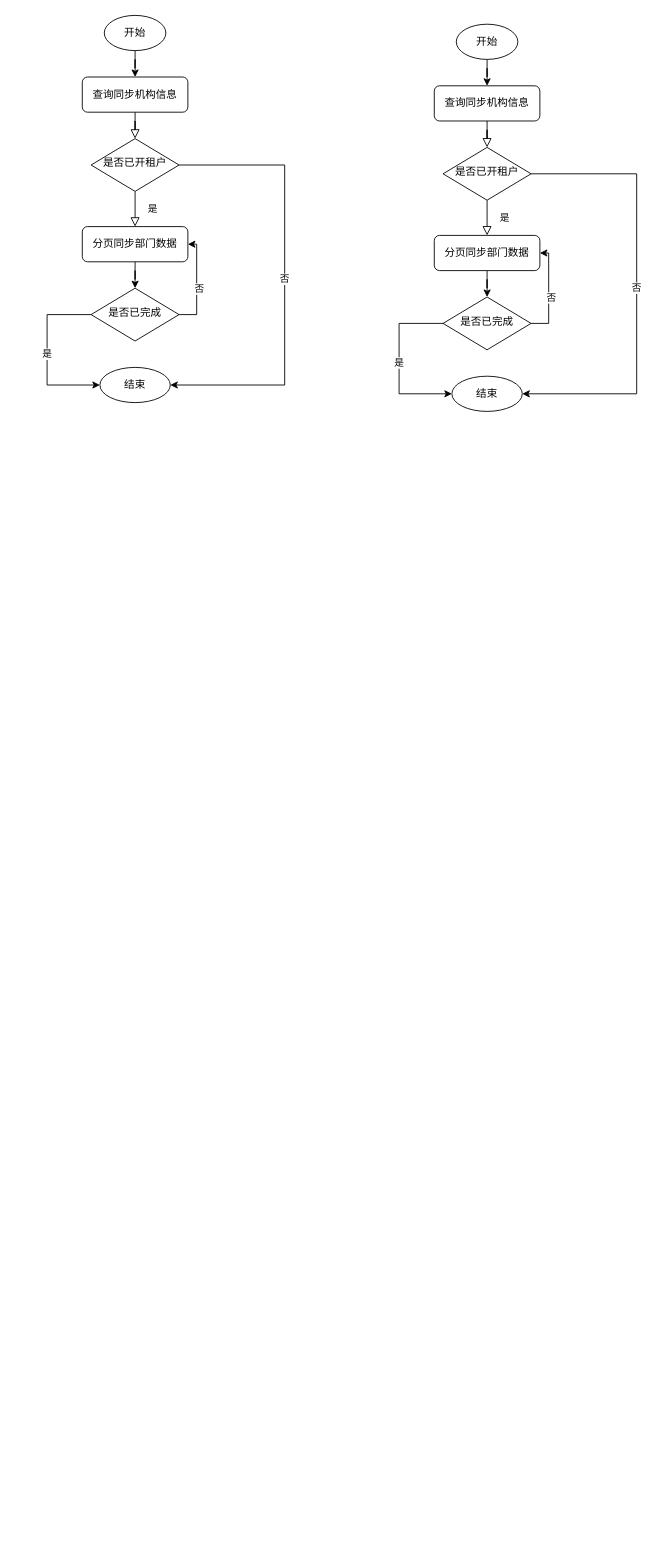
The draw.io diagram 云羲搭组织用户同步.drawio in liangdengming/diagrams, before the edit. Source tidied: cells renumbered, new cells numbered last; positions are measured from the earlier drawing's top-left corner, leaving out a move shared by most shapes. Both pictures are drawn from the tidied source at 88%, with x=0, y=0 at pixel (47, 15).
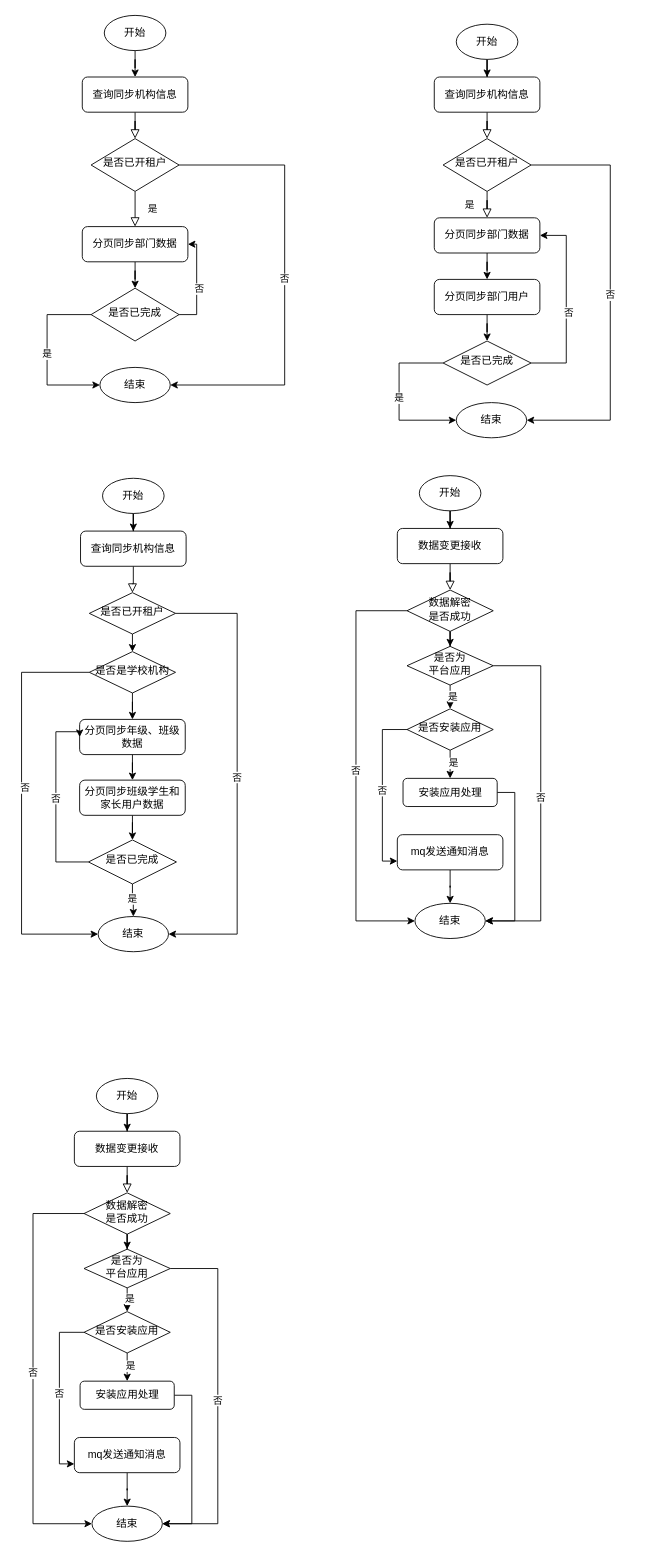
The same diagram, later.

Commit message (it also covers changes not shown here):
更新云羲搭组织用户同步.drawio

What changed in the source:
```diff
@@
     <mxCell id="17" value="查询同步机构信息" style="rounded=1;whiteSpace=wrap;html=1;fontSize=12;glass=0;strokeWidth=1;shadow=0;" parent="1" vertex="1">
-      <mxGeometry x="440" y="80" width="120" height="40" as="geometry" />
+      <mxGeometry x="440" y="70" width="120" height="40" as="geometry" />
     </mxCell>
@@
     <mxCell id="19" value="否" style="edgeStyle=orthogonalEdgeStyle;rounded=0;jettySize=auto;html=1;entryX=1;entryY=0.5;entryDx=0;entryDy=0;entryPerimeter=0;exitX=1;exitY=0.5;exitDx=0;exitDy=0;" parent="1" edge="1" source="20" target="23">
       <mxGeometry relative="1" as="geometry">
         <Array as="points">
-          <mxPoint x="670" y="180" />
-          <mxPoint x="670" y="430" />
+          <mxPoint x="640" y="170" />
+          <mxPoint x="640" y="460" />
         </Array>
       </mxGeometry>
     </mxCell>
     <mxCell id="20" value="是否已开租户" style="rhombus;whiteSpace=wrap;html=1;shadow=0;fontFamily=Helvetica;fontSize=12;align=center;strokeWidth=1;spacing=6;spacingTop=-4;" parent="1" vertex="1">
-      <mxGeometry x="450" y="150" width="100" height="60" as="geometry" />
+      <mxGeometry x="450" y="140" width="100" height="60" as="geometry" />
     </mxCell>
@@
     <mxCell id="23" value="结束" style="strokeWidth=1;html=1;shape=mxgraph.flowchart.start_1;whiteSpace=wrap;" parent="1" vertex="1">
-      <mxGeometry x="460" y="410" width="80" height="40" as="geometry" />
+      <mxGeometry x="465" y="440" width="80" height="40" as="geometry" />
     </mxCell>
-    <mxCell id="24" style="edgeStyle=orthogonalEdgeStyle;rounded=0;jettySize=auto;html=1;" parent="1" edge="1" source="25" target="29">
-      <mxGeometry relative="1" as="geometry" />
-    </mxCell>
+    <mxCell id="30" style="edgeStyle=orthogonalEdgeStyle;rounded=0;jettySize=auto;html=1;entryX=0.5;entryY=0;entryDx=0;entryDy=0;" parent="1" edge="1" source="25" target="32">
+      <mxGeometry relative="1" as="geometry" />
+    </mxCell>
     <mxCell id="25" value="分页同步部门数据" style="rounded=1;whiteSpace=wrap;html=1;fontSize=12;glass=0;strokeWidth=1;shadow=0;" parent="1" vertex="1">
-      <mxGeometry x="440" y="250" width="120" height="40" as="geometry" />
+      <mxGeometry x="440" y="230" width="120" height="40" as="geometry" />
     </mxCell>
     <mxCell id="26" value="是" style="edgeStyle=orthogonalEdgeStyle;rounded=0;jettySize=auto;html=1;entryX=0;entryY=0.5;entryDx=0;entryDy=0;entryPerimeter=0;exitX=0;exitY=0.5;exitDx=0;exitDy=0;" parent="1" edge="1" source="29" target="23">
       <mxGeometry relative="1" as="geometry">
         <Array as="points">
-          <mxPoint x="400" y="350" />
-          <mxPoint x="400" y="430" />
+          <mxPoint x="400" y="395" />
+          <mxPoint x="400" y="460" />
         </Array>
       </mxGeometry>
     </mxCell>
     <mxCell id="27" style="edgeStyle=orthogonalEdgeStyle;rounded=0;jettySize=auto;html=1;entryX=1;entryY=0.5;entryDx=0;entryDy=0;exitX=1;exitY=0.5;exitDx=0;exitDy=0;" parent="1" edge="1" source="29" target="25">
-      <mxGeometry relative="1" as="geometry" />
+      <mxGeometry relative="1" as="geometry">
+        <Array as="points">
+          <mxPoint x="590" y="395" />
+          <mxPoint x="590" y="250" />
+        </Array>
+      </mxGeometry>
     </mxCell>
@@
     <mxCell id="29" value="是否已完成" style="rhombus;whiteSpace=wrap;html=1;shadow=0;fontFamily=Helvetica;fontSize=12;align=center;strokeWidth=1;spacing=6;spacingTop=-4;" parent="1" vertex="1">
-      <mxGeometry x="450" y="320" width="100" height="60" as="geometry" />
+      <mxGeometry x="450" y="370" width="100" height="50" as="geometry" />
     </mxCell>
+    <mxCell id="31" style="edgeStyle=orthogonalEdgeStyle;rounded=0;jettySize=auto;html=1;entryX=0.5;entryY=0;entryDx=0;entryDy=0;" parent="1" edge="1" source="32" target="29">
+      <mxGeometry relative="1" as="geometry" />
+    </mxCell>
+    <mxCell id="32" value="分页同步部门用户" style="rounded=1;whiteSpace=wrap;html=1;fontSize=12;glass=0;strokeWidth=1;shadow=0;" parent="1" vertex="1">
+      <mxGeometry x="440" y="300" width="120" height="40" as="geometry" />
+    </mxCell>
+    <mxCell id="33" style="rounded=0;html=1;jettySize=auto;fontSize=11;endArrow=block;endFill=0;endSize=8;strokeWidth=1;shadow=0;labelBackgroundColor=none;edgeStyle=orthogonalEdgeStyle;" parent="1" edge="1" source="34" target="37">
+      <mxGeometry relative="1" as="geometry" />
+    </mxCell>
+    <mxCell id="34" value="查询同步机构信息" style="rounded=1;whiteSpace=wrap;html=1;fontSize=12;glass=0;strokeWidth=1;shadow=0;" parent="1" vertex="1">
+      <mxGeometry x="38" y="586" width="120" height="40" as="geometry" />
+    </mxCell>
+    <mxCell id="35" value="否" style="edgeStyle=orthogonalEdgeStyle;rounded=0;jettySize=auto;html=1;entryX=1;entryY=0.5;entryDx=0;entryDy=0;entryPerimeter=0;exitX=1;exitY=0.5;exitDx=0;exitDy=0;" parent="1" edge="1" source="37" target="40">
+      <mxGeometry relative="1" as="geometry">
+        <Array as="points">
+          <mxPoint x="216" y="680" />
+          <mxPoint x="216" y="1044" />
+        </Array>
+      </mxGeometry>
+    </mxCell>
+    <mxCell id="36" style="edgeStyle=orthogonalEdgeStyle;rounded=0;jettySize=auto;html=1;exitX=0.5;exitY=1;exitDx=0;exitDy=0;entryX=0.5;entryY=0;entryDx=0;entryDy=0;" parent="1" edge="1" source="37" target="52">
+      <mxGeometry relative="1" as="geometry" />
+    </mxCell>
+    <mxCell id="37" value="是否已开租户" style="rhombus;whiteSpace=wrap;html=1;shadow=0;fontFamily=Helvetica;fontSize=12;align=center;strokeWidth=1;spacing=6;spacingTop=-4;" parent="1" vertex="1">
+      <mxGeometry x="48" y="656" width="98" height="47" as="geometry" />
+    </mxCell>
+    <mxCell id="38" style="edgeStyle=orthogonalEdgeStyle;rounded=0;jettySize=auto;html=1;entryX=0.5;entryY=0;entryDx=0;entryDy=0;" parent="1" edge="1" source="39" target="34">
+      <mxGeometry relative="1" as="geometry" />
+    </mxCell>
+    <mxCell id="39" value="开始" style="strokeWidth=1;html=1;shape=mxgraph.flowchart.start_1;whiteSpace=wrap;" parent="1" vertex="1">
+      <mxGeometry x="63" y="526" width="70" height="40" as="geometry" />
+    </mxCell>
+    <mxCell id="40" value="结束" style="strokeWidth=1;html=1;shape=mxgraph.flowchart.start_1;whiteSpace=wrap;" parent="1" vertex="1">
+      <mxGeometry x="58" y="1024" width="80" height="40" as="geometry" />
+    </mxCell>
+    <mxCell id="41" style="edgeStyle=orthogonalEdgeStyle;rounded=0;jettySize=auto;html=1;entryX=0.5;entryY=0;entryDx=0;entryDy=0;" parent="1" edge="1" source="42" target="48">
+      <mxGeometry relative="1" as="geometry" />
+    </mxCell>
+    <mxCell id="42" value="分页同步年级、班级数据" style="rounded=1;whiteSpace=wrap;html=1;fontSize=12;glass=0;strokeWidth=1;shadow=0;" parent="1" vertex="1">
+      <mxGeometry x="37" y="800" width="120" height="40" as="geometry" />
+    </mxCell>
+    <mxCell id="43" style="edgeStyle=orthogonalEdgeStyle;rounded=0;jettySize=auto;html=1;" parent="1" edge="1" source="46" target="40">
+      <mxGeometry relative="1" as="geometry" />
+    </mxCell>
+    <mxCell id="44" value="是" style="edgeLabel;html=1;align=center;verticalAlign=middle;" parent="43" vertex="1">
+      <mxGeometry x="-0.2" y="-1" relative="1" as="geometry">
+        <mxPoint y="1" as="offset" />
+      </mxGeometry>
+    </mxCell>
+    <mxCell id="45" value="否" style="edgeStyle=orthogonalEdgeStyle;rounded=0;jettySize=auto;html=1;entryX=0;entryY=0.5;entryDx=0;entryDy=0;exitX=0;exitY=0.5;exitDx=0;exitDy=0;" parent="1" edge="1" source="46" target="42">
+      <mxGeometry relative="1" as="geometry">
+        <Array as="points">
+          <mxPoint x="10" y="962" />
+          <mxPoint x="10" y="814" />
+          <mxPoint x="37" y="814" />
+        </Array>
+      </mxGeometry>
+    </mxCell>
+    <mxCell id="46" value="是否已完成" style="rhombus;whiteSpace=wrap;html=1;shadow=0;fontFamily=Helvetica;fontSize=12;align=center;strokeWidth=1;spacing=6;spacingTop=-4;" parent="1" vertex="1">
+      <mxGeometry x="47" y="937" width="100" height="50" as="geometry" />
+    </mxCell>
+    <mxCell id="47" style="edgeStyle=orthogonalEdgeStyle;rounded=0;jettySize=auto;html=1;entryX=0.5;entryY=0;entryDx=0;entryDy=0;" parent="1" edge="1" source="48" target="46">
+      <mxGeometry relative="1" as="geometry" />
+    </mxCell>
+    <mxCell id="48" value="分页同步班级学生和家长用户数据" style="rounded=1;whiteSpace=wrap;html=1;fontSize=12;glass=0;strokeWidth=1;shadow=0;" parent="1" vertex="1">
+      <mxGeometry x="37" y="869" width="120" height="40" as="geometry" />
+    </mxCell>
+    <mxCell id="49" style="edgeStyle=orthogonalEdgeStyle;rounded=0;jettySize=auto;html=1;entryX=0;entryY=0.5;entryDx=0;entryDy=0;entryPerimeter=0;exitX=0;exitY=0.5;exitDx=0;exitDy=0;" parent="1" edge="1" source="52" target="40">
+      <mxGeometry relative="1" as="geometry">
+        <Array as="points">
+          <mxPoint x="-29" y="747" />
+          <mxPoint x="-29" y="1044" />
+        </Array>
+      </mxGeometry>
+    </mxCell>
+    <mxCell id="50" value="否" style="edgeLabel;html=1;align=center;verticalAlign=middle;" parent="49" vertex="1">
+      <mxGeometry x="-0.1" y="3" relative="1" as="geometry" />
+    </mxCell>
+    <mxCell id="51" style="edgeStyle=orthogonalEdgeStyle;rounded=0;jettySize=auto;html=1;entryX=0.5;entryY=0;entryDx=0;entryDy=0;" parent="1" edge="1" source="52" target="42">
+      <mxGeometry relative="1" as="geometry" />
+    </mxCell>
+    <mxCell id="52" value="是否是学校机构" style="rhombus;whiteSpace=wrap;html=1;shadow=0;fontFamily=Helvetica;fontSize=12;align=center;strokeWidth=1;spacing=6;spacingTop=-4;" parent="1" vertex="1">
+      <mxGeometry x="48" y="723" width="98" height="47" as="geometry" />
+    </mxCell>
+    <mxCell id="53" style="rounded=0;html=1;jettySize=auto;fontSize=11;endArrow=block;endFill=0;endSize=8;strokeWidth=1;shadow=0;labelBackgroundColor=none;edgeStyle=orthogonalEdgeStyle;" parent="1" edge="1" source="54" target="57">
+      <mxGeometry relative="1" as="geometry" />
+    </mxCell>
+    <mxCell id="54" value="数据变更接收" style="rounded=1;whiteSpace=wrap;html=1;fontSize=12;glass=0;strokeWidth=1;shadow=0;" parent="1" vertex="1">
+      <mxGeometry x="398" y="583" width="120" height="40" as="geometry" />
+    </mxCell>
+    <mxCell id="55" value="否" style="edgeStyle=orthogonalEdgeStyle;rounded=0;jettySize=auto;html=1;entryX=0;entryY=0.5;entryDx=0;entryDy=0;entryPerimeter=0;exitX=0;exitY=0.5;exitDx=0;exitDy=0;" parent="1" edge="1" source="57" target="60">
+      <mxGeometry relative="1" as="geometry">
+        <Array as="points">
+          <mxPoint x="351" y="677" />
+          <mxPoint x="351" y="1029" />
+        </Array>
+      </mxGeometry>
+    </mxCell>
+    <mxCell id="56" style="edgeStyle=orthogonalEdgeStyle;rounded=0;jettySize=auto;html=1;" parent="1" edge="1" source="57" target="66">
+      <mxGeometry relative="1" as="geometry" />
+    </mxCell>
+    <mxCell id="57" value="数据解密&lt;br&gt;是否成功" style="rhombus;whiteSpace=wrap;html=1;shadow=0;fontFamily=Helvetica;fontSize=12;align=center;strokeWidth=1;spacing=6;spacingTop=-4;" parent="1" vertex="1">
+      <mxGeometry x="409" y="653" width="98" height="47" as="geometry" />
+    </mxCell>
+    <mxCell id="58" style="edgeStyle=orthogonalEdgeStyle;rounded=0;jettySize=auto;html=1;entryX=0.5;entryY=0;entryDx=0;entryDy=0;" parent="1" edge="1" source="59" target="54">
+      <mxGeometry relative="1" as="geometry" />
+    </mxCell>
+    <mxCell id="59" value="开始" style="strokeWidth=1;html=1;shape=mxgraph.flowchart.start_1;whiteSpace=wrap;" parent="1" vertex="1">
+      <mxGeometry x="423" y="523" width="70" height="40" as="geometry" />
+    </mxCell>
+    <mxCell id="60" value="结束" style="strokeWidth=1;html=1;shape=mxgraph.flowchart.start_1;whiteSpace=wrap;" parent="1" vertex="1">
+      <mxGeometry x="418" y="1009" width="80" height="40" as="geometry" />
+    </mxCell>
+    <mxCell id="61" style="edgeStyle=orthogonalEdgeStyle;rounded=0;jettySize=auto;html=1;" parent="1" edge="1" source="62" target="60">
+      <mxGeometry relative="1" as="geometry" />
+    </mxCell>
+    <mxCell id="62" value="mq发送通知消息" style="rounded=1;whiteSpace=wrap;html=1;fontSize=12;glass=0;strokeWidth=1;shadow=0;" parent="1" vertex="1">
+      <mxGeometry x="398" y="931" width="120" height="40" as="geometry" />
+    </mxCell>
+    <mxCell id="63" style="edgeStyle=orthogonalEdgeStyle;rounded=0;jettySize=auto;html=1;entryX=0.5;entryY=0;entryDx=0;entryDy=0;" parent="1" edge="1" source="66" target="70">
+      <mxGeometry relative="1" as="geometry" />
+    </mxCell>
+    <mxCell id="64" value="是" style="edgeLabel;html=1;align=center;verticalAlign=middle;" parent="63" vertex="1">
+      <mxGeometry x="0.43" y="2" relative="1" as="geometry" />
+    </mxCell>
+    <mxCell id="65" value="否" style="edgeStyle=orthogonalEdgeStyle;rounded=0;jettySize=auto;html=1;entryX=1;entryY=0.5;entryDx=0;entryDy=0;entryPerimeter=0;exitX=1;exitY=0.5;exitDx=0;exitDy=0;" parent="1" edge="1" source="66" target="60">
+      <mxGeometry relative="1" as="geometry">
+        <Array as="points">
+          <mxPoint x="561" y="739" />
+          <mxPoint x="561" y="1029" />
+        </Array>
+      </mxGeometry>
+    </mxCell>
+    <mxCell id="66" value="是否为&lt;br&gt;平台应用" style="rhombus;whiteSpace=wrap;html=1;shadow=0;fontFamily=Helvetica;fontSize=12;align=center;strokeWidth=1;spacing=6;spacingTop=-4;" parent="1" vertex="1">
+      <mxGeometry x="409" y="717" width="98" height="44" as="geometry" />
+    </mxCell>
+    <mxCell id="67" style="edgeStyle=orthogonalEdgeStyle;rounded=0;jettySize=auto;html=1;" parent="1" edge="1" source="70" target="72">
+      <mxGeometry relative="1" as="geometry" />
+    </mxCell>
+    <mxCell id="68" value="是" style="edgeLabel;html=1;align=center;verticalAlign=middle;" parent="67" vertex="1">
+      <mxGeometry x="0.23" y="3" relative="1" as="geometry" />
+    </mxCell>
+    <mxCell id="69" value="否" style="edgeStyle=orthogonalEdgeStyle;rounded=0;jettySize=auto;html=1;entryX=0;entryY=0.75;entryDx=0;entryDy=0;exitX=0;exitY=0.5;exitDx=0;exitDy=0;" parent="1" edge="1" source="70" target="62">
+      <mxGeometry relative="1" as="geometry">
+        <Array as="points">
+          <mxPoint x="381" y="812" />
+          <mxPoint x="381" y="961" />
+        </Array>
+      </mxGeometry>
+    </mxCell>
+    <mxCell id="70" value="是否安装应用" style="rhombus;whiteSpace=wrap;html=1;shadow=0;fontFamily=Helvetica;fontSize=12;align=center;strokeWidth=1;spacing=6;spacingTop=-4;" parent="1" vertex="1">
+      <mxGeometry x="409" y="788" width="98" height="47" as="geometry" />
+    </mxCell>
+    <mxCell id="71" style="edgeStyle=orthogonalEdgeStyle;rounded=0;jettySize=auto;html=1;entryX=1;entryY=0.5;entryDx=0;entryDy=0;entryPerimeter=0;exitX=1;exitY=0.5;exitDx=0;exitDy=0;" parent="1" edge="1" source="72" target="60">
+      <mxGeometry relative="1" as="geometry" />
+    </mxCell>
+    <mxCell id="72" value="安装应用处理" style="rounded=1;whiteSpace=wrap;html=1;fontSize=12;glass=0;strokeWidth=1;shadow=0;" parent="1" vertex="1">
+      <mxGeometry x="404.5" y="867" width="107" height="32" as="geometry" />
+    </mxCell>
+    <mxCell id="73" style="rounded=0;html=1;jettySize=auto;fontSize=11;endArrow=block;endFill=0;endSize=8;strokeWidth=1;shadow=0;labelBackgroundColor=none;edgeStyle=orthogonalEdgeStyle;" parent="1" edge="1" source="74" target="77">
+      <mxGeometry relative="1" as="geometry" />
+    </mxCell>
+    <mxCell id="74" value="数据变更接收" style="rounded=1;whiteSpace=wrap;html=1;fontSize=12;glass=0;strokeWidth=1;shadow=0;" parent="1" vertex="1">
+      <mxGeometry x="31" y="1268" width="120" height="40" as="geometry" />
+    </mxCell>
+    <mxCell id="75" value="否" style="edgeStyle=orthogonalEdgeStyle;rounded=0;jettySize=auto;html=1;entryX=0;entryY=0.5;entryDx=0;entryDy=0;entryPerimeter=0;exitX=0;exitY=0.5;exitDx=0;exitDy=0;" parent="1" edge="1" source="77" target="80">
+      <mxGeometry relative="1" as="geometry">
+        <Array as="points">
+          <mxPoint x="-16" y="1362" />
+          <mxPoint x="-16" y="1714" />
+        </Array>
+      </mxGeometry>
+    </mxCell>
+    <mxCell id="76" style="edgeStyle=orthogonalEdgeStyle;rounded=0;jettySize=auto;html=1;" parent="1" edge="1" source="77" target="86">
+      <mxGeometry relative="1" as="geometry" />
+    </mxCell>
+    <mxCell id="77" value="数据解密&lt;br&gt;是否成功" style="rhombus;whiteSpace=wrap;html=1;shadow=0;fontFamily=Helvetica;fontSize=12;align=center;strokeWidth=1;spacing=6;spacingTop=-4;" parent="1" vertex="1">
+      <mxGeometry x="42" y="1338" width="98" height="47" as="geometry" />
+    </mxCell>
+    <mxCell id="78" style="edgeStyle=orthogonalEdgeStyle;rounded=0;jettySize=auto;html=1;entryX=0.5;entryY=0;entryDx=0;entryDy=0;" parent="1" edge="1" source="79" target="74">
+      <mxGeometry relative="1" as="geometry" />
+    </mxCell>
+    <mxCell id="79" value="开始" style="strokeWidth=1;html=1;shape=mxgraph.flowchart.start_1;whiteSpace=wrap;" parent="1" vertex="1">
+      <mxGeometry x="56" y="1208" width="70" height="40" as="geometry" />
+    </mxCell>
+    <mxCell id="80" value="结束" style="strokeWidth=1;html=1;shape=mxgraph.flowchart.start_1;whiteSpace=wrap;" parent="1" vertex="1">
+      <mxGeometry x="51" y="1694" width="80" height="40" as="geometry" />
+    </mxCell>
+    <mxCell id="81" style="edgeStyle=orthogonalEdgeStyle;rounded=0;jettySize=auto;html=1;" parent="1" edge="1" source="82" target="80">
+      <mxGeometry relative="1" as="geometry" />
+    </mxCell>
+    <mxCell id="82" value="mq发送通知消息" style="rounded=1;whiteSpace=wrap;html=1;fontSize=12;glass=0;strokeWidth=1;shadow=0;" parent="1" vertex="1">
+      <mxGeometry x="31" y="1616" width="120" height="40" as="geometry" />
+    </mxCell>
+    <mxCell id="83" style="edgeStyle=orthogonalEdgeStyle;rounded=0;jettySize=auto;html=1;entryX=0.5;entryY=0;entryDx=0;entryDy=0;" parent="1" edge="1" source="86" target="90">
+      <mxGeometry relative="1" as="geometry" />
+    </mxCell>
+    <mxCell id="84" value="是" style="edgeLabel;html=1;align=center;verticalAlign=middle;" parent="83" vertex="1">
+      <mxGeometry x="0.43" y="2" relative="1" as="geometry" />
+    </mxCell>
+    <mxCell id="85" value="否" style="edgeStyle=orthogonalEdgeStyle;rounded=0;jettySize=auto;html=1;entryX=1;entryY=0.5;entryDx=0;entryDy=0;entryPerimeter=0;exitX=1;exitY=0.5;exitDx=0;exitDy=0;" parent="1" edge="1" source="86" target="80">
+      <mxGeometry relative="1" as="geometry">
+        <Array as="points">
+          <mxPoint x="194" y="1424" />
+          <mxPoint x="194" y="1714" />
+        </Array>
+      </mxGeometry>
+    </mxCell>
+    <mxCell id="86" value="是否为&lt;br&gt;平台应用" style="rhombus;whiteSpace=wrap;html=1;shadow=0;fontFamily=Helvetica;fontSize=12;align=center;strokeWidth=1;spacing=6;spacingTop=-4;" parent="1" vertex="1">
+      <mxGeometry x="42" y="1402" width="98" height="44" as="geometry" />
+    </mxCell>
+    <mxCell id="87" style="edgeStyle=orthogonalEdgeStyle;rounded=0;jettySize=auto;html=1;" parent="1" edge="1" source="90" target="92">
+      <mxGeometry relative="1" as="geometry" />
+    </mxCell>
+    <mxCell id="88" value="是" style="edgeLabel;html=1;align=center;verticalAlign=middle;" parent="87" vertex="1">
+      <mxGeometry x="0.23" y="3" relative="1" as="geometry" />
+    </mxCell>
+    <mxCell id="89" value="否" style="edgeStyle=orthogonalEdgeStyle;rounded=0;jettySize=auto;html=1;entryX=0;entryY=0.75;entryDx=0;entryDy=0;exitX=0;exitY=0.5;exitDx=0;exitDy=0;" parent="1" edge="1" source="90" target="82">
+      <mxGeometry relative="1" as="geometry">
+        <Array as="points">
+          <mxPoint x="14" y="1497" />
+          <mxPoint x="14" y="1646" />
+        </Array>
+      </mxGeometry>
+    </mxCell>
+    <mxCell id="90" value="是否安装应用" style="rhombus;whiteSpace=wrap;html=1;shadow=0;fontFamily=Helvetica;fontSize=12;align=center;strokeWidth=1;spacing=6;spacingTop=-4;" parent="1" vertex="1">
+      <mxGeometry x="42" y="1473" width="98" height="47" as="geometry" />
+    </mxCell>
+    <mxCell id="91" style="edgeStyle=orthogonalEdgeStyle;rounded=0;jettySize=auto;html=1;entryX=1;entryY=0.5;entryDx=0;entryDy=0;entryPerimeter=0;exitX=1;exitY=0.5;exitDx=0;exitDy=0;" parent="1" edge="1" source="92" target="80">
+      <mxGeometry relative="1" as="geometry" />
+    </mxCell>
+    <mxCell id="92" value="安装应用处理" style="rounded=1;whiteSpace=wrap;html=1;fontSize=12;glass=0;strokeWidth=1;shadow=0;" parent="1" vertex="1">
+      <mxGeometry x="37.5" y="1552" width="107" height="32" as="geometry" />
+    </mxCell>
```
